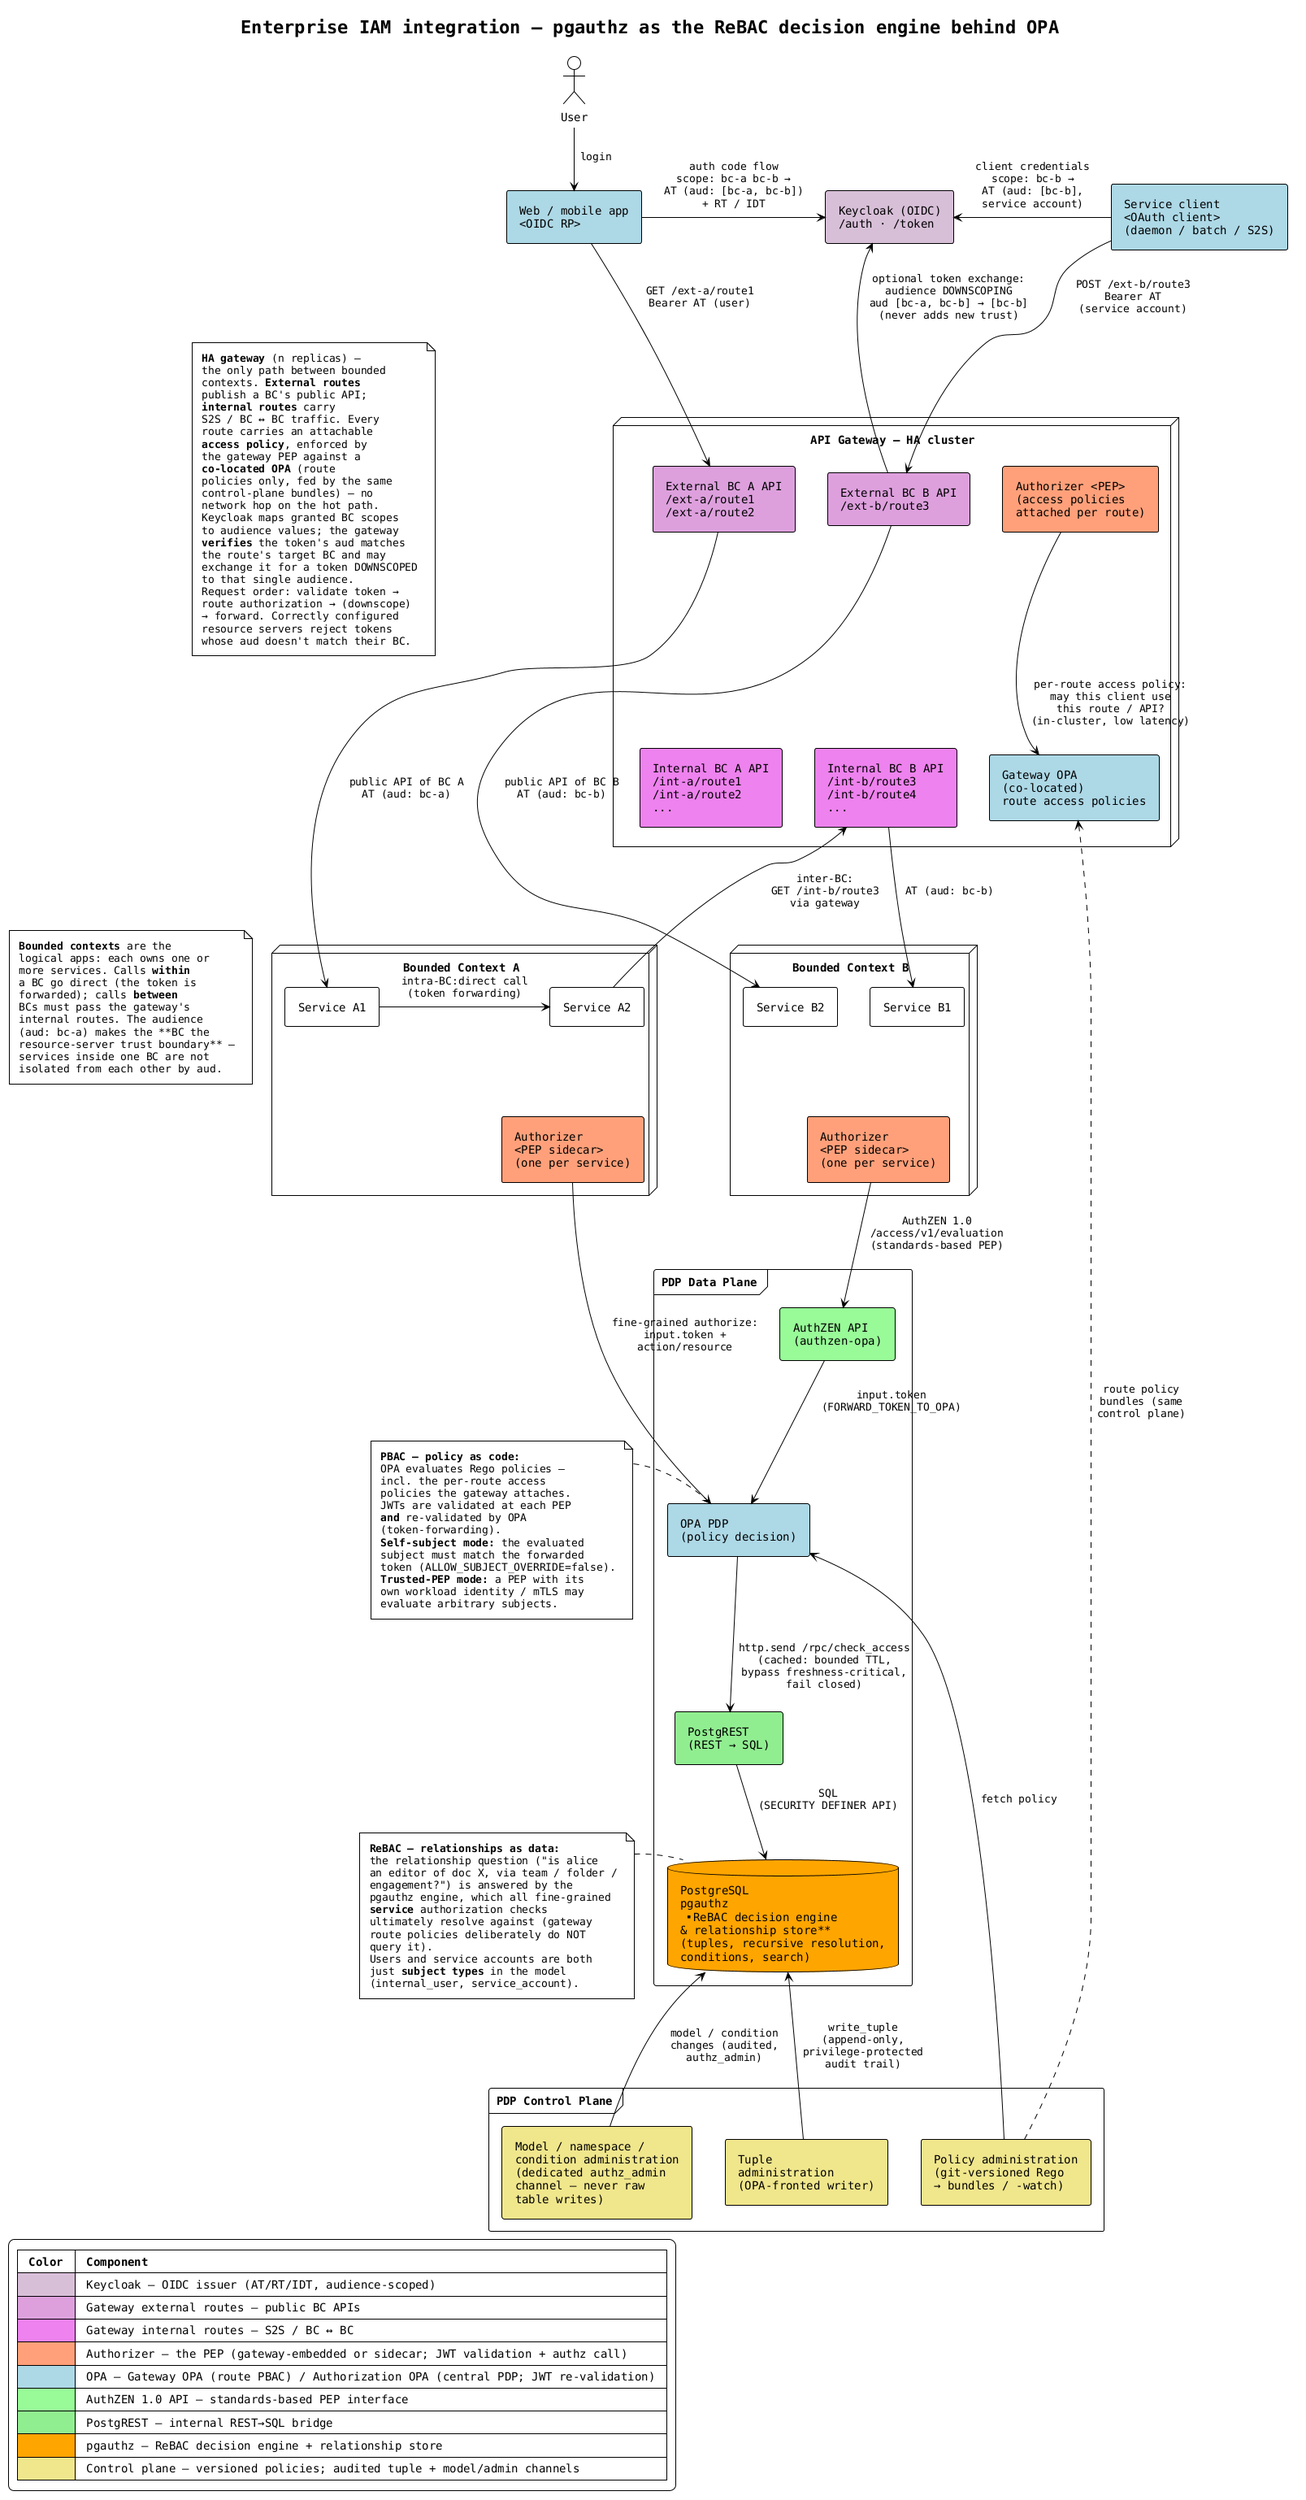
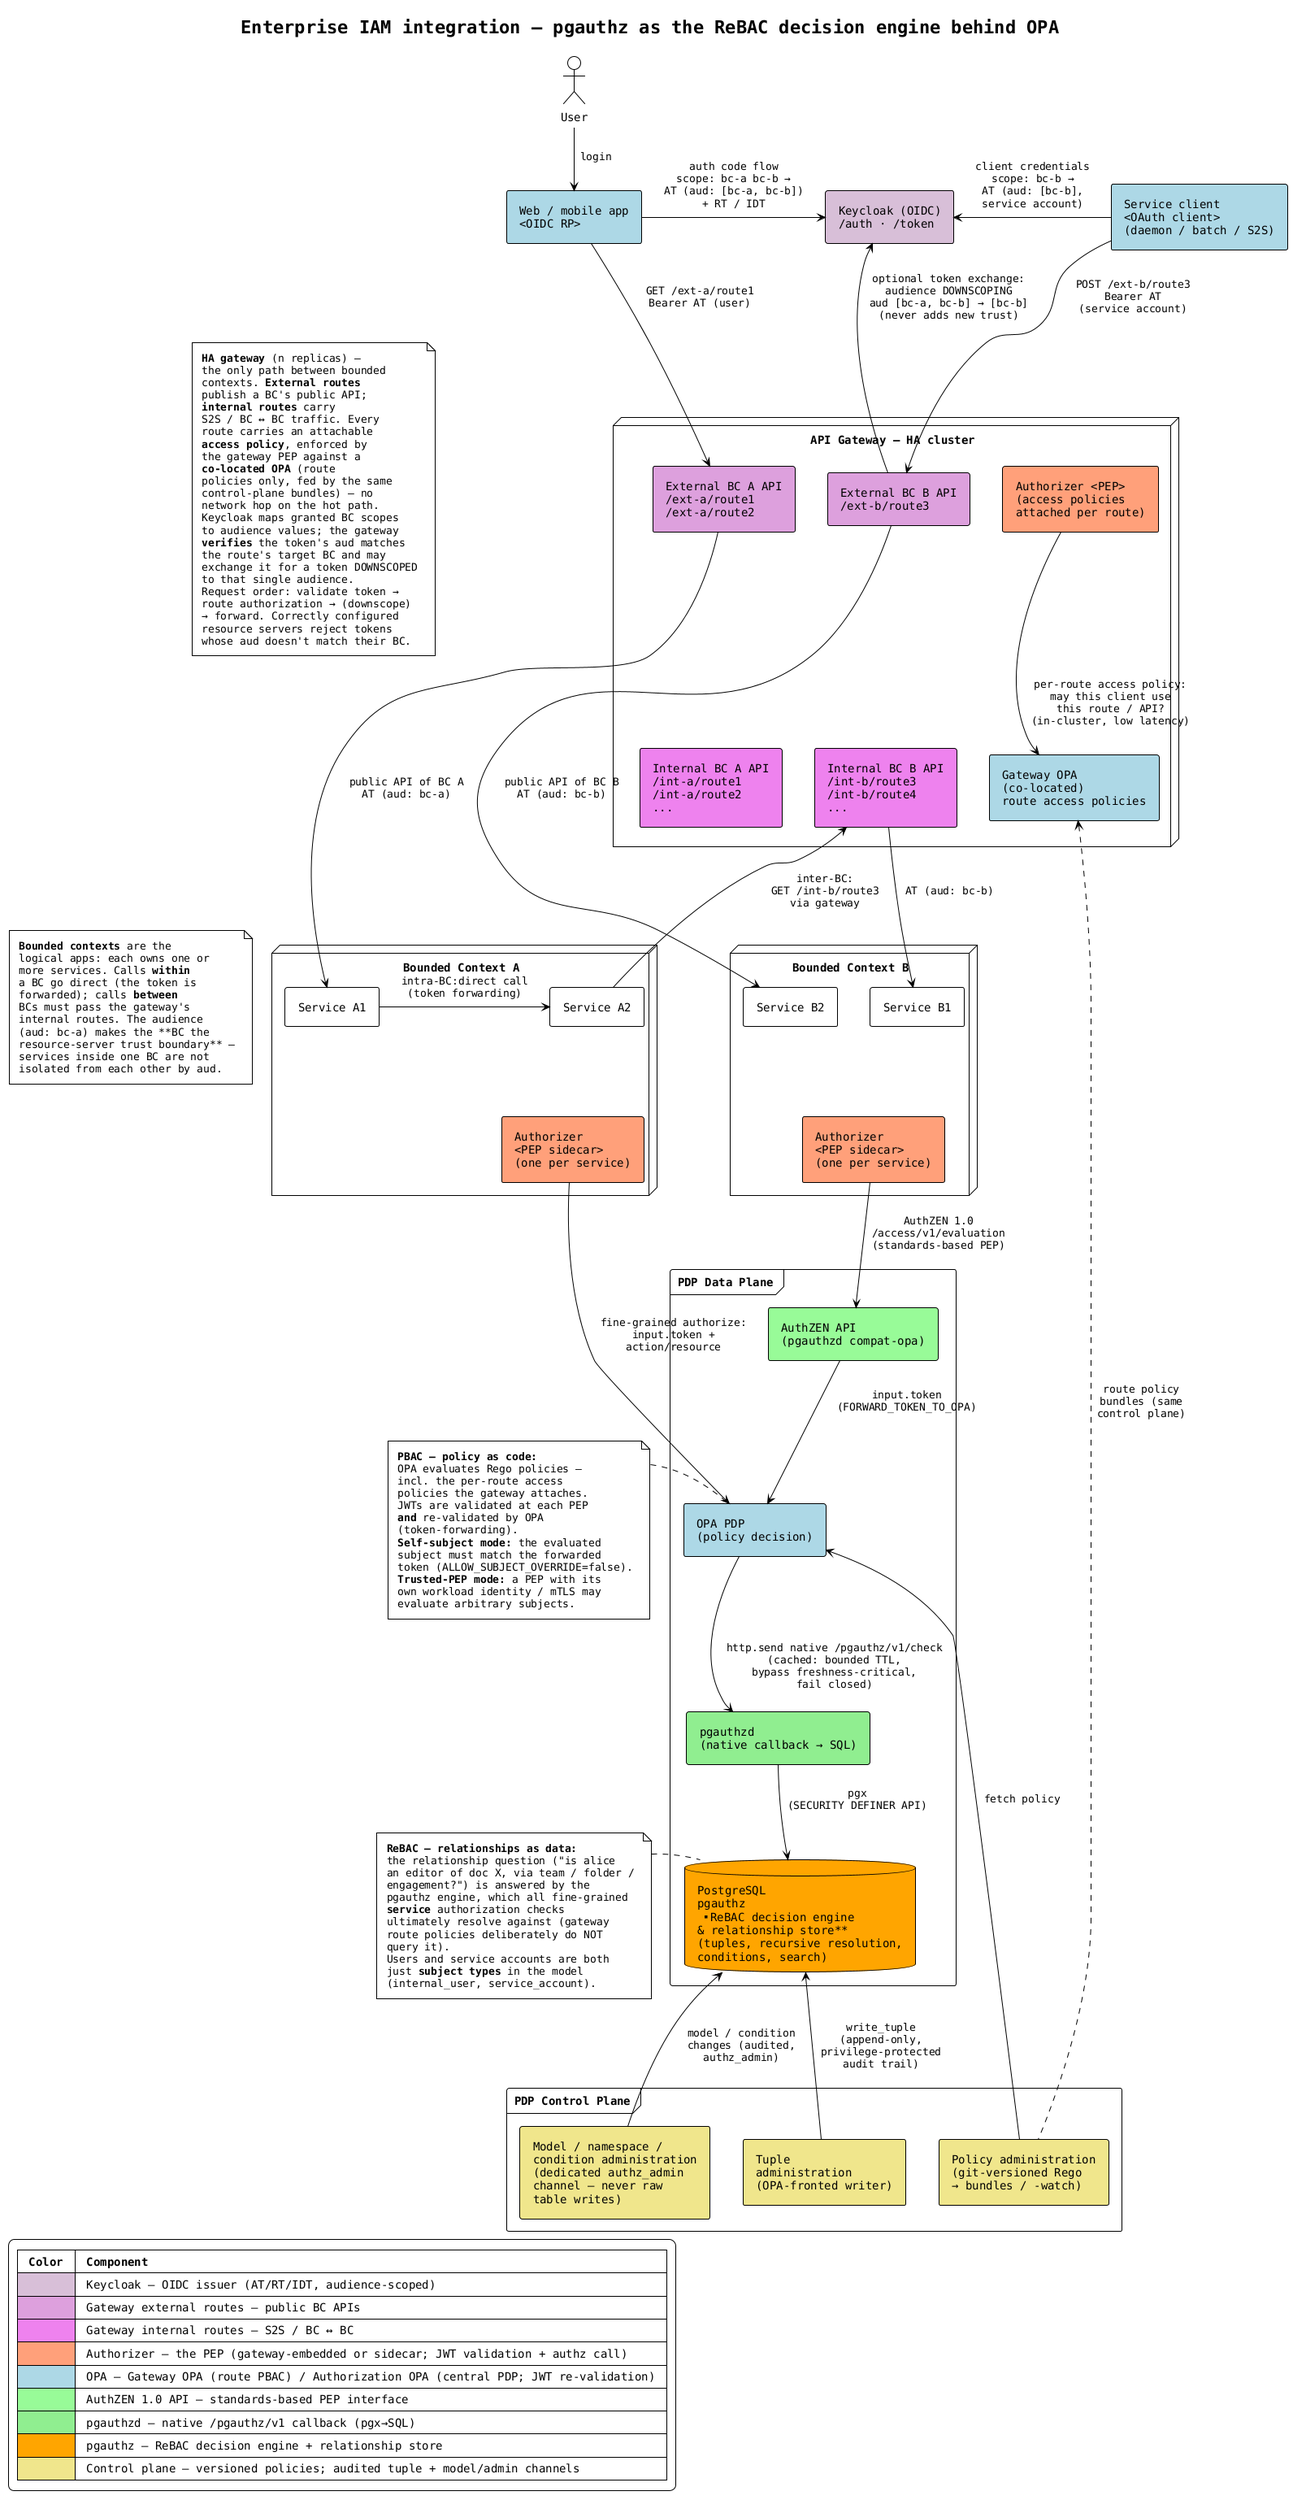
@startuml architecture-enterprise-iam

!theme plain
skinparam backgroundColor white
skinparam componentStyle rectangle
skinparam defaultFontName monospaced
skinparam nodesep 40
skinparam ranksep 40
skinparam padding 6

title Enterprise IAM integration — pgauthz as the ReBAC decision engine behind OPA

actor "User" as user

component "Web / mobile app\n<OIDC RP>" as app #LightBlue
component "Service client\n<OAuth client>\n(daemon / batch / S2S)" as svcclient #LightBlue

component "Keycloak (OIDC)\n/auth · /token" as oidc #Thistle

' Flat gateway: no sub-frames — dot cannot order sibling clusters (it drops
' cross-cluster constraints), but components in ONE cluster obey ordering
' chains strictly. Grouping is conveyed by label prefix + color instead.
node "API Gateway — HA cluster" as gwnode {
    component "External BC A API\n/ext-a/route1\n/ext-a/route2" as extA #Plum
    component "External BC B API\n/ext-b/route3" as extB #Plum
    component "Internal BC A API\n/int-a/route1\n/int-a/route2\n..." as intA #Violet
    component "Internal BC B API\n/int-b/route3\n/int-b/route4\n..." as intB #Violet
    component "Authorizer <PEP>\n(access policies\nattached per route)" as pepgw #LightSalmon
    component "Gateway OPA\n(co-located)\nroute access policies" as opagw #LightBlue
}

node "Bounded Context A" as bca {
    component "Service A1" as a1
    component "Service A2" as a2
    component "Authorizer\n<PEP sidecar>\n(one per service)" as pepa #LightSalmon
}

node "Bounded Context B" as bcb {
    component "Service B1" as b1
    component "Service B2" as b2
    component "Authorizer\n<PEP sidecar>\n(one per service)" as pepb #LightSalmon
}

frame "PDP Data Plane" as dataplane {
    component "OPA PDP\n(policy decision)" as opapdp #LightBlue
-     component "AuthZEN API\n(authzen-opa)" as azapi #PaleGreen
-     component "PostgREST\n(REST → SQL)" as pgrst #LightGreen
+     component "AuthZEN API\n(pgauthzd compat-opa)" as azapi #PaleGreen
+     component "pgauthzd\n(native callback → SQL)" as pgrst #LightGreen
    database "PostgreSQL\npgauthz\n**ReBAC decision engine\n& relationship store**\n(tuples, recursive resolution,\nconditions, search)" as pgauthzdb #Orange
}

frame "PDP Control Plane" as controlplane {
    component "Policy administration\n(git-versioned Rego\n→ bundles / -watch)" as poladmin #Khaki
    component "Tuple\nadministration\n(OPA-fronted writer)" as tupadmin #Khaki
    component "Model / namespace /\ncondition administration\n(dedicated authz_admin\nchannel — never raw\ntable writes)" as modadmin #Khaki
}

' ── Identity flow ────────────────────────────────────────────────────
' Keycloak sits BETWEEN the clients: the app (left) points right at it, the
' service client (right) points LEFT at it — both pulls converge on the middle.
app -[hidden]right-> oidc
oidc -[hidden]right-> svcclient
user -down-> app : "login"
app -right-> oidc : "auth code flow\nscope: bc-a bc-b →\nAT (aud: [bc-a, bc-b])\n+ RT / IDT"
svcclient -left-> oidc : "client credentials\nscope: bc-b →\nAT (aud: [bc-b],\nservice account)"

' three logical rows inside the gateway (single-cluster components honor
' hidden rank/order chains, unlike sub-clusters):
'   row 1: External BC A API | External BC B API
'   row 2: Authorizer <PEP>  | OPA (co-located)
'   row 3: Internal BC A API | Internal BC B API
extA -[hidden]right-> extB
extB -[hidden]right-> pepgw
intA -[hidden]right-> intB
intB -[hidden]right-> opagw
' counter the leftward pull of the poladmin bundles edge on opagw with a
' fixed top-RIGHT landmark (Keycloak)
svcclient -[hidden]down-> opagw
extA -[hidden]down-> intA
extB -[hidden]down-> intB
pepgw -[hidden]down-> opagw

' ── External request flow ────────────────────────────────────────────
app -down-> extA : "GET /ext-a/route1\nBearer AT (user)"
svcclient -down-> extB : "POST /ext-b/route3\nBearer AT\n(service account)"
extB -up-> oidc : "optional token exchange:\naudience DOWNSCOPING\naud [bc-a, bc-b] → [bc-b]\n(never adds new trust)"
extA -down-> a1 : "public API of BC A\nAT (aud: bc-a)"
extB -down-> b2 : "public API of BC B\nAT (aud: bc-b)"

' ── Intra- vs inter-bounded-context calls ────────────────────────────
' rank both BCs strictly BELOW the gateway's lowest content (the co-located
' OPA at the bottom of the route-authorization frame). Target each BC's
' RIGHTMOST inner component (the PEP) so the rank constraint doesn't drag
' the services out of their natural left-to-right order (A1 → A2).
' rank the BCs below the gateway — anchored column-consistently: the LEFT
' authz component (pepgw) over BC A, the RIGHT one (opagw) over BC B, so
' the rank edges don't drag a BC across columns
intA -[hidden]down-> pepa
opagw -[hidden]down-> pepb
' two logical rows inside each Bounded Context:
'   row 1: the services   row 2: the Authorizer sidecar (centered below)
a1 -[hidden]down-> pepa
a2 -[hidden]down-> pepa
b1 -[hidden]right-> b2
b1 -[hidden]down-> pepb
b2 -[hidden]down-> pepb
a1 -right-> a2 : "intra-BC:direct call\n(token forwarding)"
' inter-BC example: Service A2 calls BC B's internal API through the gateway
a2 -up-> intB : "inter-BC:\nGET /int-b/route3\nvia gateway"
intB -down-> b1 : "AT (aud: bc-b)"

' ── Authorization (data plane) ───────────────────────────────────────
pepgw -down-> opagw : "per-route access policy:\nmay this client use\nthis route / API?\n(in-cluster, low latency)"
' order the PDP pair (single cluster → chain honored): OPA left, AuthZEN
' right — matching BC A (→ opa) left and BC B (→ az) right above them
'opa -[hidden]right-> az
pepa -down-> opapdp : "fine-grained authorize:\ninput.token +\naction/resource"
pepb -down-> azapi : "AuthZEN 1.0\n/access/v1/evaluation\n(standards-based PEP)"
azapi -down-> opapdp : "input.token\n(FORWARD_TOKEN_TO_OPA)"
- opapdp -down-> pgrst : "http.send /rpc/check_access\n(cached: bounded TTL,\nbypass freshness-critical,\nfail closed)"
- pgrst -down-> pgauthzdb : "SQL\n(SECURITY DEFINER API)"
+ opapdp -down-> pgrst : "http.send native /pgauthz/v1/check\n(cached: bounded TTL,\nbypass freshness-critical,\nfail closed)"
+ pgrst -down-> pgauthzdb : "pgx\n(SECURITY DEFINER API)"

' ── Control plane ────────────────────────────────────────────────────
poladmin -up-> opapdp : "fetch policy"
poladmin .up.> opagw : "route policy\nbundles (same\ncontrol plane)"
tupadmin -up-> pgauthzdb : "write_tuple\n(append-only,\nprivilege-protected\naudit trail)"
modadmin -up-> pgauthzdb : "model / condition\nchanges (audited,\nauthz_admin)"

note as pbacnote
  **PBAC — policy as code:**
  OPA evaluates Rego policies —
  incl. the per-route access
  policies the gateway attaches.
  JWTs are validated at each PEP
  **and** re-validated by OPA
  (token-forwarding).
  **Self-subject mode:** the evaluated
  subject must match the forwarded
  token (ALLOW_SUBJECT_OVERRIDE=false).
  **Trusted-PEP mode:** a PEP with its
  own workload identity / mTLS may
  evaluate arbitrary subjects.
end note

note as rebacnote
  **ReBAC — relationships as data:**
  the relationship question ("is alice
  an editor of doc X, via team / folder /
  engagement?") is answered by the
  pgauthz engine, which all fine-grained
  **service** authorization checks
  ultimately resolve against (gateway
  route policies deliberately do NOT
  query it).
  Users and service accounts are both
  just **subject types** in the model
  (internal_user, service_account).
end note

note as bcnote
  **Bounded contexts** are the
  logical apps: each owns one or
  more services. Calls **within**
  a BC go direct (the token is
  forwarded); calls **between**
  BCs must pass the gateway's
  internal routes. The audience
  (aud: bc-a) makes the **BC the
  resource-server trust boundary** —
  services inside one BC are not
  isolated from each other by aud.
end note
note as gwnote
  **HA gateway** (n replicas) —
  the only path between bounded
  contexts. **External routes**
  publish a BC's public API;
  **internal routes** carry
  S2S / BC ↔ BC traffic. Every
  route carries an attachable
  **access policy**, enforced by
  the gateway PEP against a
  **co-located OPA** (route
  policies only, fed by the same
  control-plane bundles) — no
  network hop on the hot path.
  Keycloak maps granted BC scopes
  to audience values; the gateway
  **verifies** the token's aud matches
  the route's target BC and may
  exchange it for a token DOWNSCOPED
  to that single audience.
  Request order: validate token →
  route authorization → (downscope)
  → forward. Correctly configured
  resource servers reject tokens
  whose aud doesn't match their BC.
end note

' LEFT-side note column: gateway note → BC note → PBAC note, each ranked
' beside the element it describes and visibly attached to it. (No vertical
' anchor to Keycloak — kc sits on the RIGHT, pulled by the client edges.)
gwnote -[hidden]right-> gwnode
' gwnote . gwnode
gwnote -[hidden]down-> bcnote
' target a COMPONENT (a1), not the cluster — pulls BC A (and a1) leftward
bcnote -[hidden]right-> a1
' connector declared FROM the box TOWARD the note (leftward), so the spline
' exits/attaches on the box's LEFT side rather than a corner of dot's choosing
' bca .left. bcnote
' PBAC note continues the left column at the data-plane rank
bcnote -[hidden]down-> pbacnote
pbacnote -[hidden]right-> opapdp
' direction semantics: "A -[hidden]right-> B" puts B to the RIGHT of A —
' so the DB right of the note = the note on the LEFT. Continue the left rail
' below the PBAC note, and attach visibly from the box (left-side connector).
pbacnote -[hidden]down-> rebacnote
rebacnote -[hidden]right-> pgauthzdb
pgauthzdb .left. rebacnote
opapdp .left. pbacnote

legend bottom left
  |= Color |= Component |
  | <#Thistle> | Keycloak — OIDC issuer (AT/RT/IDT, audience-scoped) |
  | <#Plum> | Gateway external routes — public BC APIs |
  | <#Violet> | Gateway internal routes — S2S / BC ↔ BC |
  | <#LightSalmon> | Authorizer — the PEP (gateway-embedded or sidecar; JWT validation + authz call) |
  | <#LightBlue> | OPA — Gateway OPA (route PBAC) / Authorization OPA (central PDP; JWT re-validation) |
  | <#PaleGreen> | AuthZEN 1.0 API — standards-based PEP interface |
-   | <#LightGreen> | PostgREST — internal REST→SQL bridge |
+   | <#LightGreen> | pgauthzd — native /pgauthz/v1 callback (pgx→SQL) |
  | <#Orange> | pgauthz — ReBAC decision engine + relationship store |
  | <#Khaki> | Control plane — versioned policies; audited tuple + model/admin channels |
end legend

@enduml
